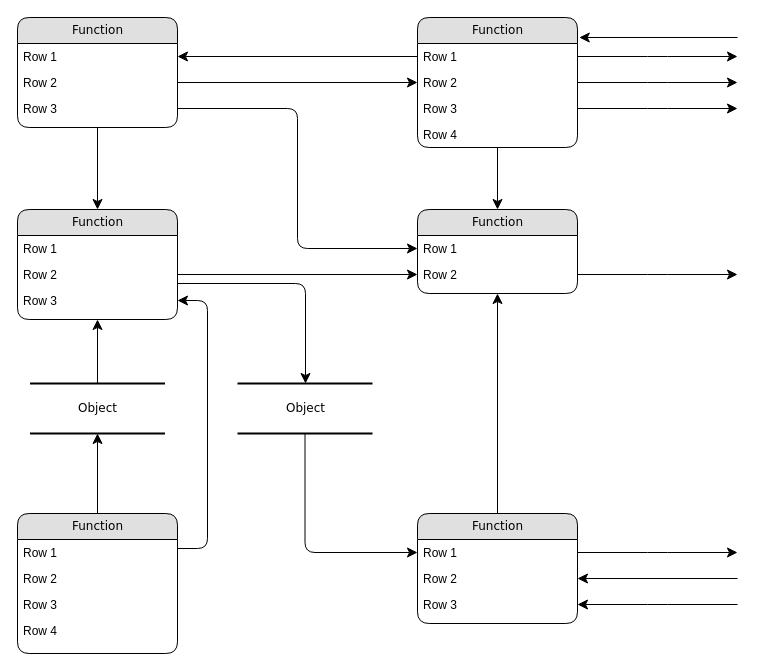
Progragor1/blablba keeps this draw.io diagram as data_flow_diagram.drawio. Above is the earlier version. Source tidied: cells renumbered, new cells numbered last; positions are measured from the earlier drawing's top-left corner, leaving out a move shared by most shapes. Both pictures are drawn from the tidied source at 100%, with x=0, y=0 at pixel (17, 17).
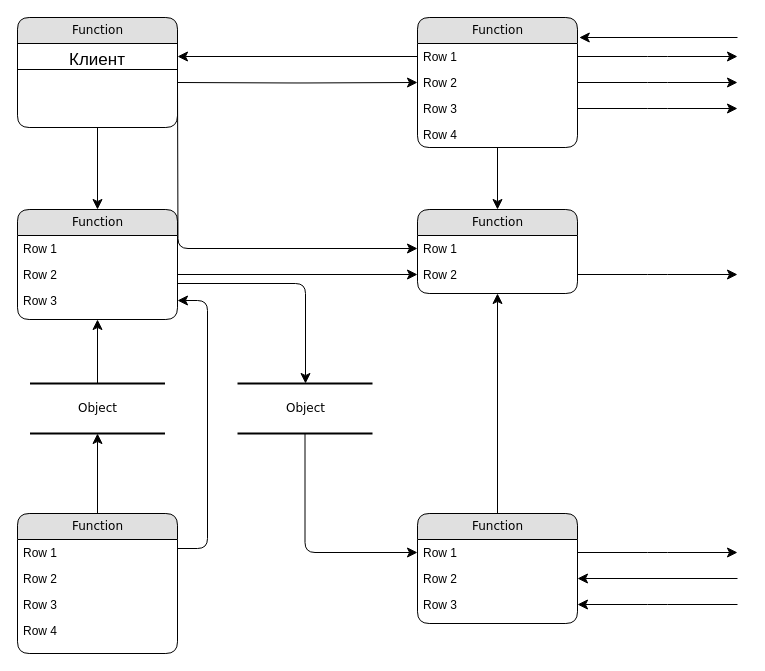
Above is the later version.

Unchanged cells that the change refers to:
```xml
<mxCell id="3" value="Function" style="swimlane;html=1;fontStyle=0;horizontal=1;startSize=26;fillColor=#e0e0e0;swimlaneFillColor=#ffffff;align=center;rounded=1;shadow=0;comic=0;labelBackgroundColor=none;strokeWidth=1;fontFamily=Verdana;fontSize=12;" parent="1" vertex="1">
  <mxGeometry width="160" height="110" as="geometry" />
</mxCell>
<mxCell id="9" value="Row 2" style="text;html=1;strokeColor=none;fillColor=none;spacingLeft=4;spacingRight=4;whiteSpace=wrap;overflow=hidden;points=[[0,0.5],[1,0.5]];portConstraint=eastwest;" parent="7" vertex="1">
  <mxGeometry y="52" width="160" height="26" as="geometry" />
</mxCell>
<mxCell id="22" value="Row 1" style="text;html=1;strokeColor=none;fillColor=none;spacingLeft=4;spacingRight=4;whiteSpace=wrap;overflow=hidden;points=[[0,0.5],[1,0.5]];portConstraint=eastwest;" parent="21" vertex="1">
  <mxGeometry y="26" width="160" height="26" as="geometry" />
</mxCell>
```

Diff of the diagram source:
```diff
@@
-    <mxCell id="4" value="Row 1" style="text;html=1;strokeColor=none;fillColor=none;spacingLeft=4;spacingRight=4;whiteSpace=wrap;overflow=hidden;points=[[0,0.5],[1,0.5]];portConstraint=eastwest;" parent="3" vertex="1">
+    <mxCell id="4" value="&lt;div style=&quot;&quot;&gt;&lt;span style=&quot;background-color: initial;&quot;&gt;&lt;font style=&quot;font-size: 17px;&quot;&gt;Клиент&lt;/font&gt;&lt;/span&gt;&lt;/div&gt;" style="text;html=1;strokeColor=default;fillColor=none;spacingLeft=4;spacingRight=4;whiteSpace=wrap;overflow=hidden;points=[[0,0.5],[1,0.5]];portConstraint=eastwest;perimeterSpacing=0;align=center;" parent="3" vertex="1">
       <mxGeometry y="26" width="160" height="26" as="geometry" />
     </mxCell>
-    <mxCell id="5" value="Row 2" style="text;html=1;strokeColor=none;fillColor=none;spacingLeft=4;spacingRight=4;whiteSpace=wrap;overflow=hidden;points=[[0,0.5],[1,0.5]];portConstraint=eastwest;" parent="3" vertex="1">
-      <mxGeometry y="52" width="160" height="26" as="geometry" />
-    </mxCell>
-    <mxCell id="6" value="Row 3" style="text;html=1;strokeColor=none;fillColor=none;spacingLeft=4;spacingRight=4;whiteSpace=wrap;overflow=hidden;points=[[0,0.5],[1,0.5]];portConstraint=eastwest;" parent="3" vertex="1">
-      <mxGeometry y="78" width="160" height="26" as="geometry" />
-    </mxCell>
@@
-    <mxCell id="37" style="edgeStyle=orthogonalEdgeStyle;html=1;entryX=0;entryY=0.5;labelBackgroundColor=none;startFill=0;startSize=8;endFill=1;endSize=8;fontFamily=Verdana;fontSize=12;exitX=1;exitY=0.5;" parent="1" edge="1" source="5" target="9">
-      <mxGeometry relative="1" as="geometry" />
+    <mxCell id="37" style="edgeStyle=orthogonalEdgeStyle;html=1;entryX=0;entryY=0.5;labelBackgroundColor=none;startFill=0;startSize=8;endFill=1;endSize=8;fontFamily=Verdana;fontSize=12;exitX=1;exitY=0.5;" parent="1" edge="1" target="9">
+      <mxGeometry relative="1" as="geometry">
+        <mxPoint x="160" y="65" as="sourcePoint" />
+      </mxGeometry>
     </mxCell>
@@
-    <mxCell id="39" style="edgeStyle=orthogonalEdgeStyle;html=1;exitX=1;exitY=0.5;entryX=0;entryY=0.5;labelBackgroundColor=none;startFill=0;startSize=8;endFill=1;endSize=8;fontFamily=Verdana;fontSize=12;" parent="1" edge="1" source="6" target="22">
-      <mxGeometry relative="1" as="geometry" />
+    <mxCell id="39" style="edgeStyle=orthogonalEdgeStyle;html=1;exitX=1;exitY=0.5;entryX=0;entryY=0.5;labelBackgroundColor=none;startFill=0;startSize=8;endFill=1;endSize=8;fontFamily=Verdana;fontSize=12;" parent="1" edge="1" target="22">
+      <mxGeometry relative="1" as="geometry">
+        <mxPoint x="160" y="65" as="sourcePoint" />
+      </mxGeometry>
     </mxCell>
```
